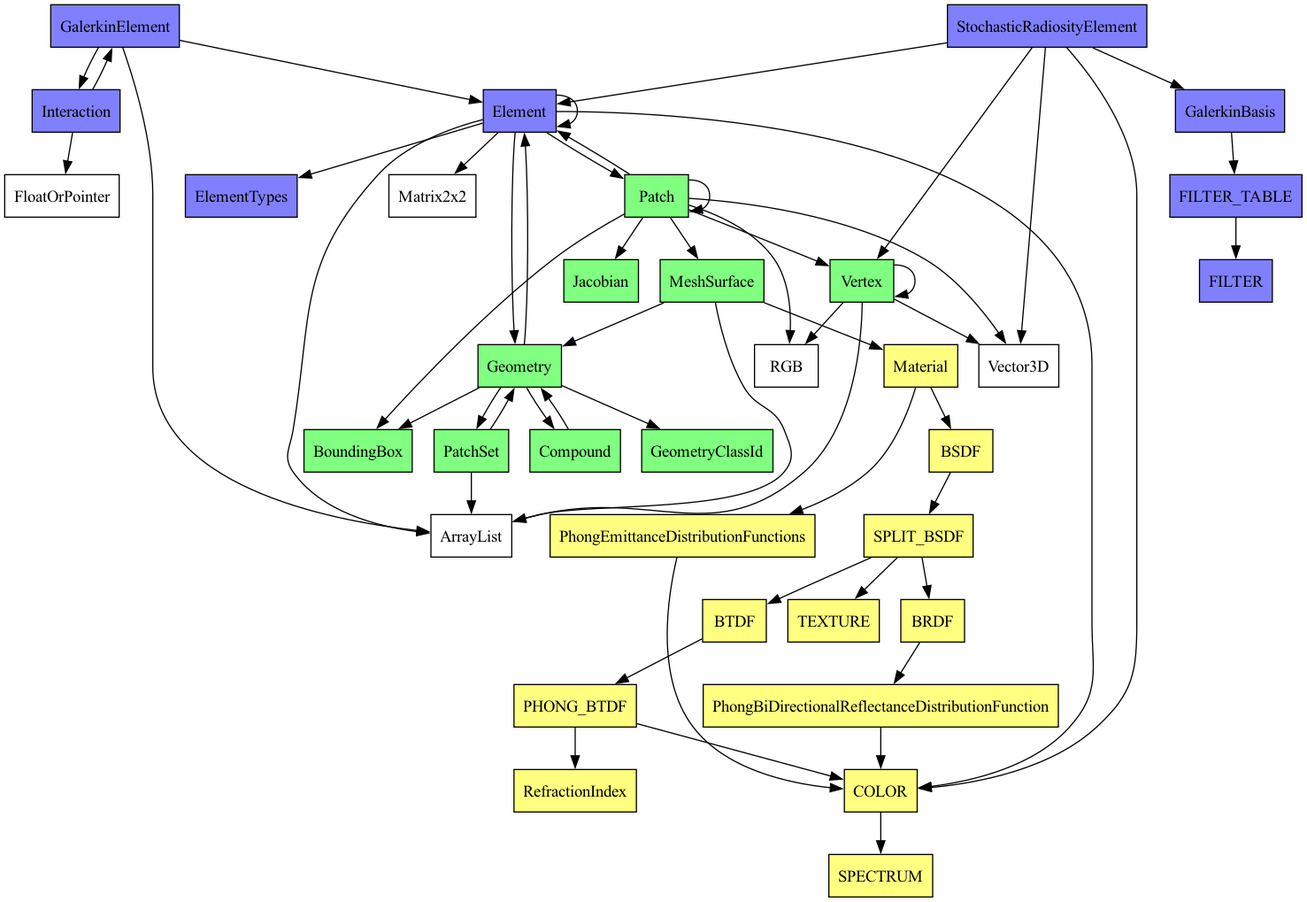
Before: doc/coreModelClasses.png, a diagram exported from Graphviz (OscarChavarro/rpkCpp). Its source is kept beside it as doc/coreModelClasses.dot.
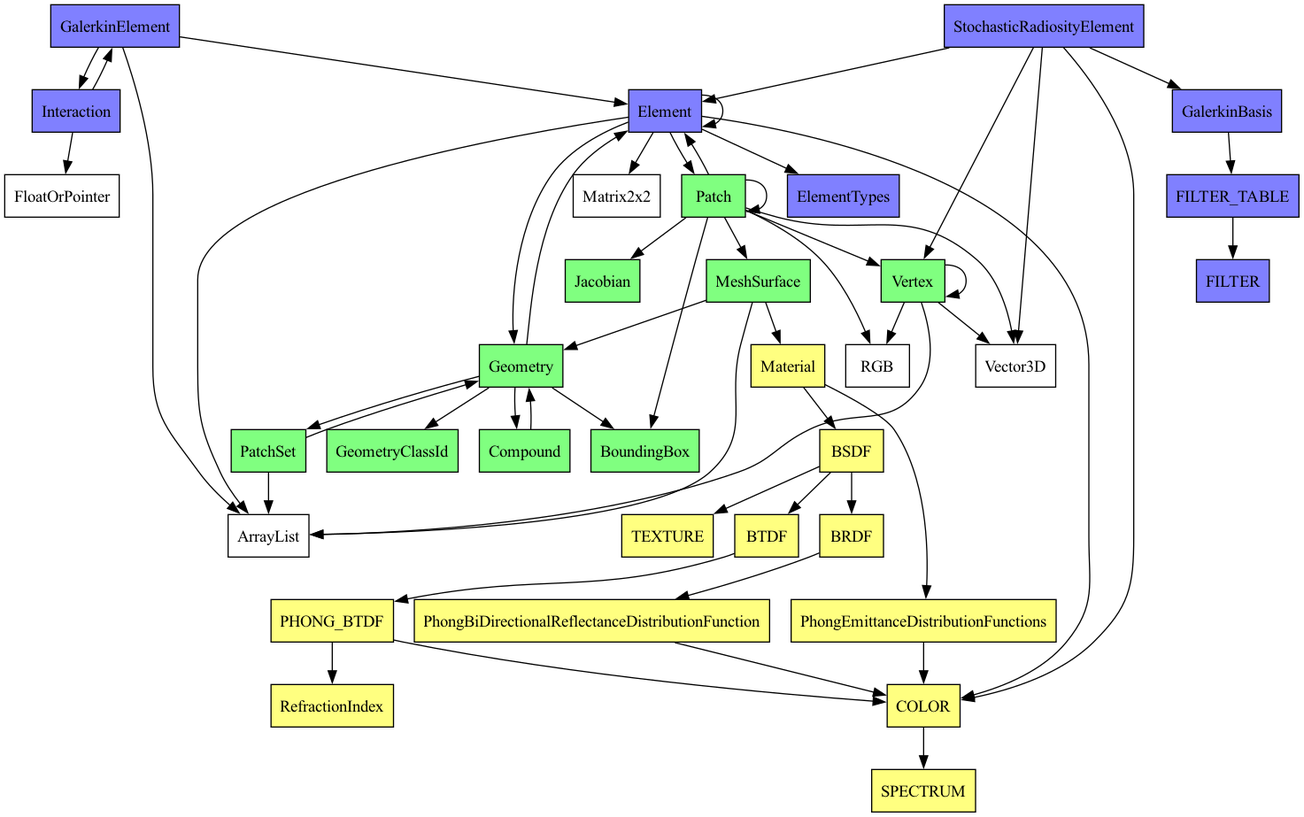
The same diagram one commit later.

Commit message:
Refactor: BSDF model in a single class

Diff of the diagram source:
```diff
@@ -26,7 +26,6 @@
 
     Material [shape=box, style=filled, fillcolor="#ffff80"];
     BSDF [shape=box, style=filled, fillcolor="#ffff80"];
-    SPLIT_BSDF [shape=box, style=filled, fillcolor="#ffff80"];
     PhongEmittanceDistributionFunctions [shape=box, style=filled, fillcolor="#ffff80"];
     BTDF [shape=box, style=filled, fillcolor="#ffff80"];
     BRDF [shape=box, style=filled, fillcolor="#ffff80"];
@@ -75,10 +74,9 @@
     PHONG_BTDF -> COLOR;
     PHONG_BTDF -> RefractionIndex;
     BTDF -> PHONG_BTDF;
-    SPLIT_BSDF -> BRDF;
-    SPLIT_BSDF -> BTDF;
-    SPLIT_BSDF -> TEXTURE;
-    BSDF -> SPLIT_BSDF;
+    BSDF -> BRDF;
+    BSDF -> BTDF;
+    BSDF -> TEXTURE;
     Material -> PhongEmittanceDistributionFunctions;
     Material -> BSDF;
     Geometry -> BoundingBox;
```
